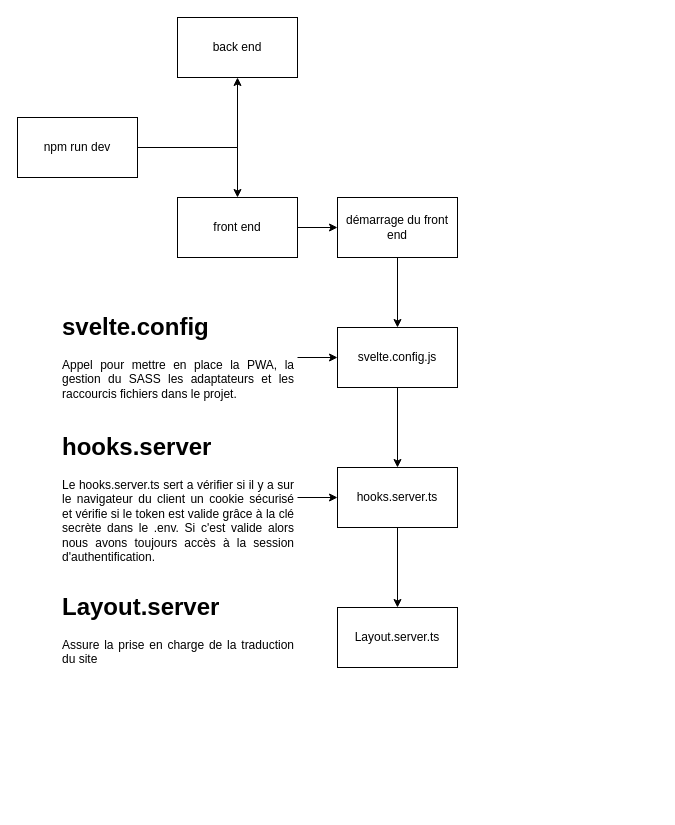
This is DataFlux.drawio from Projet-360/BoilerPlateSvelteKit, a draw.io file, before an edit. Source tidied: cells renumbered, new cells numbered last; positions are measured from the earlier drawing's top-left corner, leaving out a move shared by most shapes. Both pictures are drawn from the tidied source at 100%, with x=0, y=0 at pixel (17, 17).
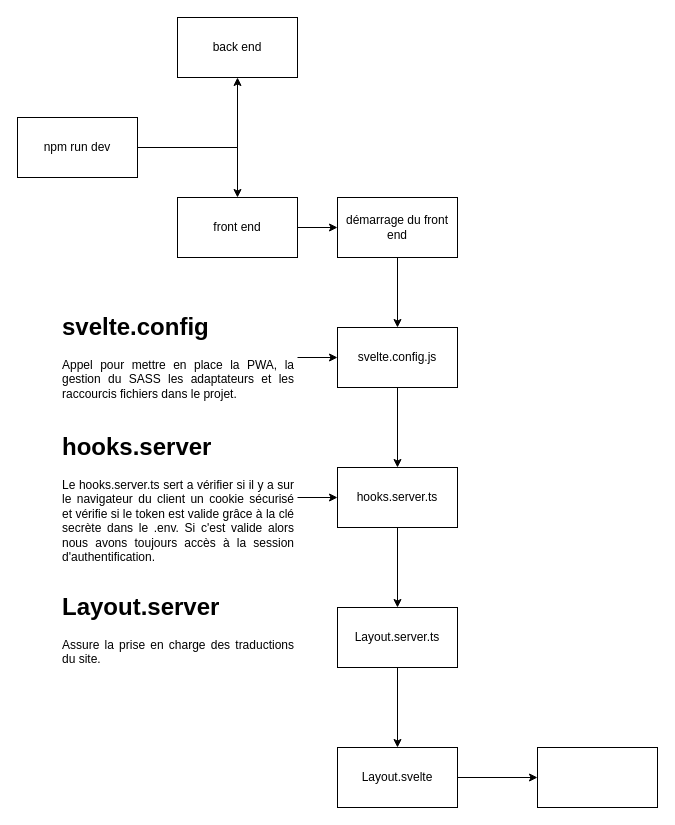
After the change.

Commit message:
Mettre à jour DataFlux.drawio

Unchanged cells that the change refers to:
```xml
<mxCell id="14" value="Layout.server.ts" style="whiteSpace=wrap;html=1;rounded=0;" parent="1" vertex="1">
  <mxGeometry x="320" y="590" width="120" height="60" as="geometry" />
</mxCell>
```

What changed in the source:
```diff
@@
+    <mxCell id="20" style="edgeStyle=orthogonalEdgeStyle;rounded=0;jettySize=auto;html=1;" parent="1" edge="1" source="14" target="22">
+      <mxGeometry relative="1" as="geometry" />
+    </mxCell>
@@
-    <mxCell id="19" value="&lt;h1&gt;Layout.server&lt;/h1&gt;&lt;p style=&quot;text-align: justify;&quot;&gt;Assure la prise en charge de la traduction du site&lt;br&gt;&lt;/p&gt;" style="text;html=1;strokeColor=none;fillColor=none;spacing=5;spacingTop=-20;whiteSpace=wrap;overflow=hidden;rounded=0;" parent="1" vertex="1">
+    <mxCell id="19" value="&lt;h1&gt;Layout.server&lt;/h1&gt;&lt;p style=&quot;text-align: justify;&quot;&gt;Assure la prise en charge des traductions du site.&lt;br&gt;&lt;/p&gt;" style="text;html=1;strokeColor=none;fillColor=none;spacing=5;spacingTop=-20;whiteSpace=wrap;overflow=hidden;rounded=0;" parent="1" vertex="1">
       <mxGeometry x="40" y="570" width="240" height="100" as="geometry" />
     </mxCell>
+    <mxCell id="21" style="edgeStyle=orthogonalEdgeStyle;rounded=0;jettySize=auto;html=1;" parent="1" edge="1" source="22" target="23">
+      <mxGeometry relative="1" as="geometry" />
+    </mxCell>
+    <mxCell id="22" value="Layout.svelte" style="whiteSpace=wrap;html=1;rounded=0;" parent="1" vertex="1">
+      <mxGeometry x="320" y="730" width="120" height="60" as="geometry" />
+    </mxCell>
+    <mxCell id="23" style="whiteSpace=wrap;html=1;rounded=0;" parent="1" vertex="1">
+      <mxGeometry x="520" y="730" width="120" height="60" as="geometry" />
+    </mxCell>
```
